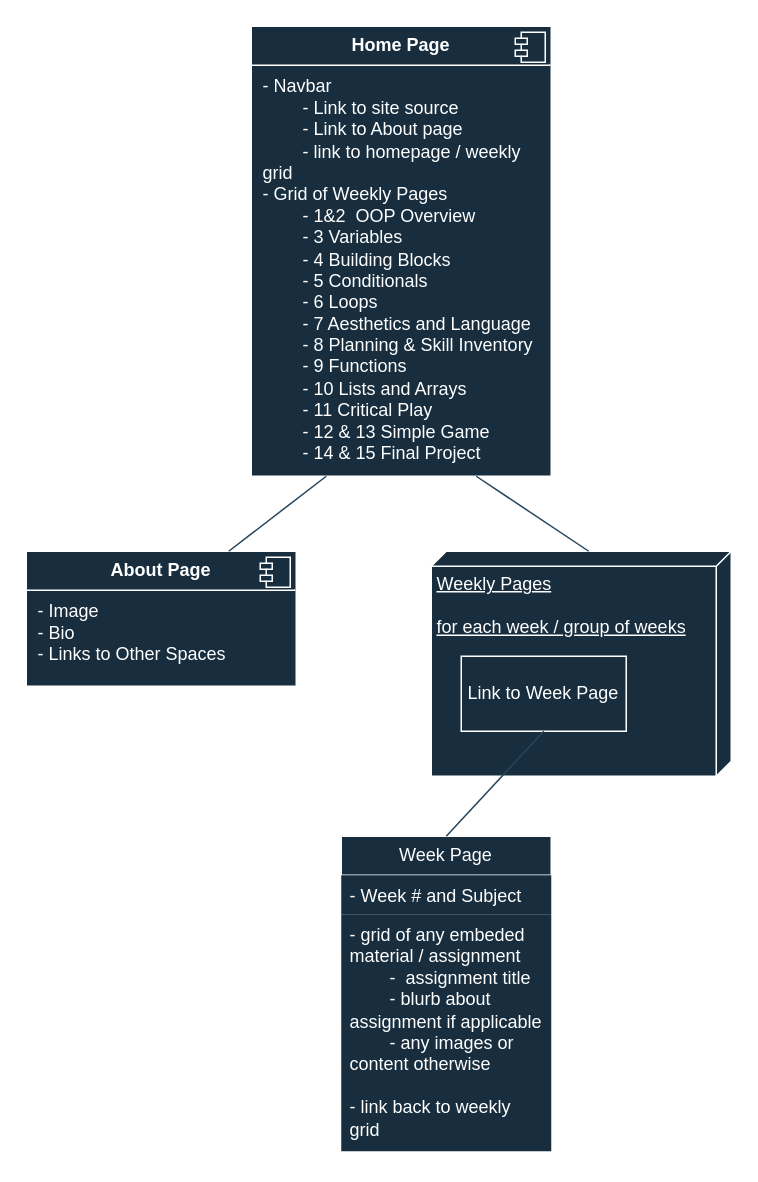
The draw.io diagram draw.io/Creative Coding Sitemap.drawio in jennymaeleidig/creative-coding-portfolio, before the edit. Source tidied: cells renumbered, new cells numbered last; positions are measured from the earlier drawing's top-left corner, leaving out a move shared by most shapes. Both pictures are drawn from the tidied source at 150%, with x=0, y=0 at pixel (26, 26).
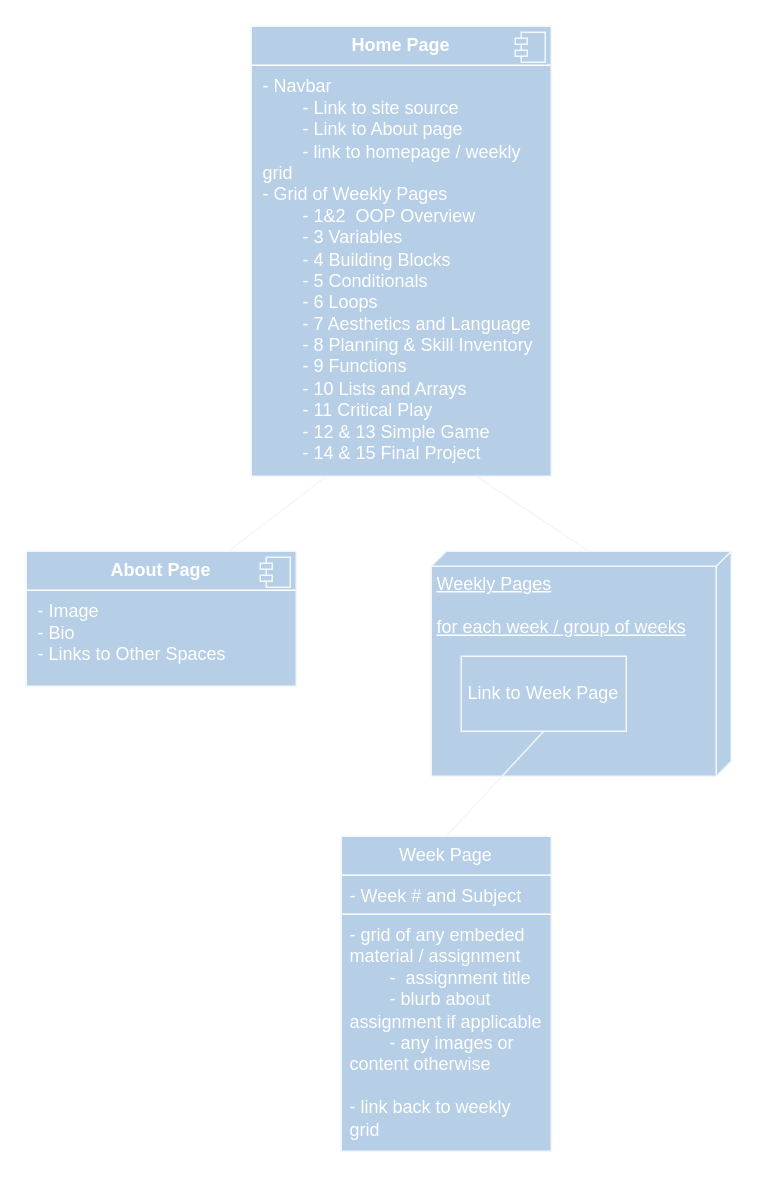
Above is the later version.

The edit, as a diff of the source:
```diff
@@
 <mxGraphModel>
   <root>
     <mxCell id="0" />
     <mxCell id="1" parent="0" />
-    <mxCell id="2" value="&lt;p style=&quot;margin:0px;margin-top:6px;text-align:center;&quot;&gt;&lt;b&gt;Home Page&lt;/b&gt;&lt;/p&gt;&lt;hr size=&quot;1&quot; style=&quot;border-style:solid;&quot;&gt;&lt;p style=&quot;margin:0px;margin-left:8px;&quot;&gt;- Navbar&lt;/p&gt;&lt;p style=&quot;margin:0px;margin-left:8px;&quot;&gt;&lt;span style=&quot;white-space: pre;&quot;&gt;&#9;&lt;/span&gt;- Link to site source&lt;/p&gt;&lt;p style=&quot;margin:0px;margin-left:8px;&quot;&gt;&amp;nbsp;&amp;nbsp;&lt;span style=&quot;white-space: pre;&quot;&gt;&#9;&lt;/span&gt;- Link to About page&lt;/p&gt;&lt;p style=&quot;margin:0px;margin-left:8px;&quot;&gt;&lt;span style=&quot;white-space: pre;&quot;&gt;&#9;&lt;/span&gt;- link to homepage / weekly grid&lt;/p&gt;&lt;p style=&quot;margin:0px;margin-left:8px;&quot;&gt;- Grid of Weekly Pages&lt;/p&gt;&lt;p style=&quot;margin:0px;margin-left:8px;&quot;&gt;&lt;span style=&quot;white-space: pre;&quot;&gt;&#9;&lt;/span&gt;- 1&amp;amp;2&amp;nbsp; OOP Overview&lt;/p&gt;&lt;p style=&quot;margin:0px;margin-left:8px;&quot;&gt;&lt;span style=&quot;white-space: pre;&quot;&gt;&#9;&lt;/span&gt;- 3 Variables&lt;/p&gt;&lt;p style=&quot;margin:0px;margin-left:8px;&quot;&gt;&lt;span style=&quot;white-space: pre;&quot;&gt;&#9;&lt;/span&gt;- 4 Building Blocks&lt;/p&gt;&lt;p style=&quot;margin:0px;margin-left:8px;&quot;&gt;&lt;span style=&quot;white-space: pre;&quot;&gt;&#9;&lt;/span&gt;- 5 Conditionals&lt;/p&gt;&lt;p style=&quot;margin:0px;margin-left:8px;&quot;&gt;&lt;span style=&quot;white-space: pre;&quot;&gt;&#9;&lt;/span&gt;- 6 Loops&lt;/p&gt;&lt;p style=&quot;margin:0px;margin-left:8px;&quot;&gt;&lt;span style=&quot;white-space: pre;&quot;&gt;&#9;&lt;/span&gt;- 7 Aesthetics and Language&lt;/p&gt;&lt;p style=&quot;margin:0px;margin-left:8px;&quot;&gt;&lt;span style=&quot;white-space: pre;&quot;&gt;&#9;&lt;/span&gt;- 8 Planning &amp;amp; Skill Inventory&lt;/p&gt;&lt;p style=&quot;margin:0px;margin-left:8px;&quot;&gt;&lt;span style=&quot;white-space: pre;&quot;&gt;&#9;&lt;/span&gt;- 9 Functions&lt;/p&gt;&lt;p style=&quot;margin:0px;margin-left:8px;&quot;&gt;&lt;span style=&quot;white-space: pre;&quot;&gt;&#9;&lt;/span&gt;- 10 Lists and Arrays&lt;/p&gt;&lt;p style=&quot;margin:0px;margin-left:8px;&quot;&gt;&lt;span style=&quot;white-space: pre;&quot;&gt;&#9;&lt;/span&gt;- 11 Critical Play&lt;/p&gt;&lt;p style=&quot;margin:0px;margin-left:8px;&quot;&gt;&lt;span style=&quot;white-space: pre;&quot;&gt;&#9;&lt;/span&gt;- 12 &amp;amp; 13 Simple Game&lt;/p&gt;&lt;p style=&quot;margin:0px;margin-left:8px;&quot;&gt;&lt;span style=&quot;white-space: pre;&quot;&gt;&#9;&lt;/span&gt;- 14 &amp;amp; 15 Final Project&lt;/p&gt;" style="align=left;overflow=fill;html=1;whiteSpace=wrap;labelBackgroundColor=none;fillColor=#182E3E;strokeColor=#FFFFFF;fontColor=#FFFFFF;" parent="1" vertex="1">
+    <mxCell id="2" value="&lt;p style=&quot;margin:0px;margin-top:6px;text-align:center;&quot;&gt;&lt;b&gt;Home Page&lt;/b&gt;&lt;/p&gt;&lt;hr size=&quot;1&quot; style=&quot;border-style:solid;&quot;&gt;&lt;p style=&quot;margin:0px;margin-left:8px;&quot;&gt;- Navbar&lt;/p&gt;&lt;p style=&quot;margin:0px;margin-left:8px;&quot;&gt;&lt;span style=&quot;white-space: pre;&quot;&gt;&#9;&lt;/span&gt;- Link to site source&lt;/p&gt;&lt;p style=&quot;margin:0px;margin-left:8px;&quot;&gt;&amp;nbsp;&amp;nbsp;&lt;span style=&quot;white-space: pre;&quot;&gt;&#9;&lt;/span&gt;- Link to About page&lt;/p&gt;&lt;p style=&quot;margin:0px;margin-left:8px;&quot;&gt;&lt;span style=&quot;white-space: pre;&quot;&gt;&#9;&lt;/span&gt;- link to homepage / weekly grid&lt;/p&gt;&lt;p style=&quot;margin:0px;margin-left:8px;&quot;&gt;- Grid of Weekly Pages&lt;/p&gt;&lt;p style=&quot;margin:0px;margin-left:8px;&quot;&gt;&lt;span style=&quot;white-space: pre;&quot;&gt;&#9;&lt;/span&gt;- 1&amp;amp;2&amp;nbsp; OOP Overview&lt;/p&gt;&lt;p style=&quot;margin:0px;margin-left:8px;&quot;&gt;&lt;span style=&quot;white-space: pre;&quot;&gt;&#9;&lt;/span&gt;- 3 Variables&lt;/p&gt;&lt;p style=&quot;margin:0px;margin-left:8px;&quot;&gt;&lt;span style=&quot;white-space: pre;&quot;&gt;&#9;&lt;/span&gt;- 4 Building Blocks&lt;/p&gt;&lt;p style=&quot;margin:0px;margin-left:8px;&quot;&gt;&lt;span style=&quot;white-space: pre;&quot;&gt;&#9;&lt;/span&gt;- 5 Conditionals&lt;/p&gt;&lt;p style=&quot;margin:0px;margin-left:8px;&quot;&gt;&lt;span style=&quot;white-space: pre;&quot;&gt;&#9;&lt;/span&gt;- 6 Loops&lt;/p&gt;&lt;p style=&quot;margin:0px;margin-left:8px;&quot;&gt;&lt;span style=&quot;white-space: pre;&quot;&gt;&#9;&lt;/span&gt;- 7 Aesthetics and Language&lt;/p&gt;&lt;p style=&quot;margin:0px;margin-left:8px;&quot;&gt;&lt;span style=&quot;white-space: pre;&quot;&gt;&#9;&lt;/span&gt;- 8 Planning &amp;amp; Skill Inventory&lt;/p&gt;&lt;p style=&quot;margin:0px;margin-left:8px;&quot;&gt;&lt;span style=&quot;white-space: pre;&quot;&gt;&#9;&lt;/span&gt;- 9 Functions&lt;/p&gt;&lt;p style=&quot;margin:0px;margin-left:8px;&quot;&gt;&lt;span style=&quot;white-space: pre;&quot;&gt;&#9;&lt;/span&gt;- 10 Lists and Arrays&lt;/p&gt;&lt;p style=&quot;margin:0px;margin-left:8px;&quot;&gt;&lt;span style=&quot;white-space: pre;&quot;&gt;&#9;&lt;/span&gt;- 11 Critical Play&lt;/p&gt;&lt;p style=&quot;margin:0px;margin-left:8px;&quot;&gt;&lt;span style=&quot;white-space: pre;&quot;&gt;&#9;&lt;/span&gt;- 12 &amp;amp; 13 Simple Game&lt;/p&gt;&lt;p style=&quot;margin:0px;margin-left:8px;&quot;&gt;&lt;span style=&quot;white-space: pre;&quot;&gt;&#9;&lt;/span&gt;- 14 &amp;amp; 15 Final Project&lt;/p&gt;" style="align=left;overflow=fill;html=1;whiteSpace=wrap;labelBackgroundColor=none;fillColor=light-dark(#B6CEE6,#B6CEE6);strokeColor=light-dark(#F2F7FB,#F2F7FB);fontColor=#FFFFFF;" parent="1" vertex="1">
       <mxGeometry x="150" width="200" height="300" as="geometry" />
     </mxCell>
-    <mxCell id="3" style="shape=component;jettyWidth=8;jettyHeight=4;labelBackgroundColor=none;fillColor=#182E3E;strokeColor=#FFFFFF;fontColor=#FFFFFF;" parent="2" vertex="1">
+    <mxCell id="3" style="shape=component;jettyWidth=8;jettyHeight=4;labelBackgroundColor=none;fillColor=light-dark(#B6CEE6,#B6CEE6);strokeColor=light-dark(#F2F7FB,#F2F7FB);fontColor=#FFFFFF;" parent="2" vertex="1">
       <mxGeometry x="1" width="20" height="20" relative="1" as="geometry">
         <mxPoint x="-24" y="4" as="offset" />
       </mxGeometry>
     </mxCell>
-    <mxCell id="4" value="&lt;p style=&quot;margin:0px;margin-top:6px;text-align:center;&quot;&gt;&lt;b&gt;About Page&lt;/b&gt;&lt;/p&gt;&lt;hr size=&quot;1&quot; style=&quot;border-style:solid;&quot;&gt;&lt;p style=&quot;margin:0px;margin-left:8px;&quot;&gt;- Image&lt;/p&gt;&lt;p style=&quot;margin:0px;margin-left:8px;&quot;&gt;- Bio&lt;/p&gt;&lt;p style=&quot;margin:0px;margin-left:8px;&quot;&gt;- Links to Other Spaces&lt;/p&gt;" style="align=left;overflow=fill;html=1;whiteSpace=wrap;labelBackgroundColor=none;fillColor=#182E3E;strokeColor=#FFFFFF;fontColor=#FFFFFF;" parent="1" vertex="1">
+    <mxCell id="4" value="&lt;p style=&quot;margin:0px;margin-top:6px;text-align:center;&quot;&gt;&lt;b&gt;About Page&lt;/b&gt;&lt;/p&gt;&lt;hr size=&quot;1&quot; style=&quot;border-style:solid;&quot;&gt;&lt;p style=&quot;margin:0px;margin-left:8px;&quot;&gt;- Image&lt;/p&gt;&lt;p style=&quot;margin:0px;margin-left:8px;&quot;&gt;- Bio&lt;/p&gt;&lt;p style=&quot;margin:0px;margin-left:8px;&quot;&gt;- Links to Other Spaces&lt;/p&gt;" style="align=left;overflow=fill;html=1;whiteSpace=wrap;labelBackgroundColor=none;fillColor=light-dark(#B6CEE6,#B6CEE6);strokeColor=light-dark(#F2F7FB,#F2F7FB);fontColor=#FFFFFF;" parent="1" vertex="1">
       <mxGeometry y="350" width="180" height="90" as="geometry" />
     </mxCell>
-    <mxCell id="5" style="shape=component;jettyWidth=8;jettyHeight=4;labelBackgroundColor=none;fillColor=#182E3E;strokeColor=#FFFFFF;fontColor=#FFFFFF;" parent="4" vertex="1">
+    <mxCell id="5" style="shape=component;jettyWidth=8;jettyHeight=4;labelBackgroundColor=none;fillColor=light-dark(#B6CEE6,#B6CEE6);strokeColor=light-dark(#F2F7FB,#F2F7FB);fontColor=#121212;" parent="4" vertex="1">
       <mxGeometry x="1" width="20" height="20" relative="1" as="geometry">
         <mxPoint x="-24" y="4" as="offset" />
       </mxGeometry>
     </mxCell>
-    <mxCell id="6" value="&lt;div&gt;Weekly Pages&lt;/div&gt;&lt;div&gt;&lt;br&gt;&lt;/div&gt;for each week / group of weeks" style="verticalAlign=top;align=left;spacingTop=8;spacingLeft=2;spacingRight=12;shape=cube;size=10;direction=south;fontStyle=4;html=1;whiteSpace=wrap;labelBackgroundColor=none;fillColor=#182E3E;strokeColor=#FFFFFF;fontColor=#FFFFFF;" parent="1" vertex="1">
+    <mxCell id="6" value="&lt;div&gt;Weekly Pages&lt;/div&gt;&lt;div&gt;&lt;br&gt;&lt;/div&gt;for each week / group of weeks" style="verticalAlign=top;align=left;spacingTop=8;spacingLeft=2;spacingRight=12;shape=cube;size=10;direction=south;fontStyle=4;html=1;whiteSpace=wrap;labelBackgroundColor=none;fillColor=light-dark(#B6CEE6,#B6CEE6);strokeColor=light-dark(#F2F7FB,#F2F7FB);fontColor=#FFFFFF;" parent="1" vertex="1">
       <mxGeometry x="270" y="350" width="200" height="150" as="geometry" />
     </mxCell>
-    <mxCell id="7" value="Week Page" style="swimlane;fontStyle=0;horizontal=1;startSize=26;fillColor=#182E3E;whiteSpace=wrap;html=1;labelBackgroundColor=none;strokeColor=#FFFFFF;fontColor=#FFFFFF;" parent="1" vertex="1">
+    <mxCell id="7" value="Week Page" style="swimlane;fontStyle=0;horizontal=1;startSize=26;fillColor=light-dark(#B6CEE6,#B6CEE6);whiteSpace=wrap;html=1;labelBackgroundColor=none;strokeColor=light-dark(#F2F7FB,#F2F7FB);fontColor=#FFFFFF;" parent="1" vertex="1">
       <mxGeometry x="210" y="540" width="140" height="210" as="geometry" />
     </mxCell>
-    <mxCell id="8" value="- Week # and Subject" style="text;strokeColor=none;fillColor=#182E3E;align=left;verticalAlign=top;spacingLeft=4;spacingRight=4;overflow=hidden;whiteSpace=wrap;html=1;labelBackgroundColor=none;fontColor=#FFFFFF;" parent="7" vertex="1">
+    <mxCell id="8" value="- Week # and Subject" style="text;strokeColor=light-dark(#F2F7FB,#F2F7FB);fillColor=light-dark(#B6CEE6,#B6CEE6);align=left;verticalAlign=top;spacingLeft=4;spacingRight=4;overflow=hidden;whiteSpace=wrap;html=1;labelBackgroundColor=none;fontColor=#FFFFFF;" parent="7" vertex="1">
       <mxGeometry y="26" width="140" height="26" as="geometry" />
     </mxCell>
-    <mxCell id="9" value="&lt;div&gt;- grid of any embeded material / assignment&lt;/div&gt;&lt;div&gt;&lt;span style=&quot;white-space: pre;&quot;&gt;&#9;&lt;/span&gt;-&amp;nbsp; assignment title&lt;/div&gt;&lt;div&gt;&lt;span style=&quot;white-space: pre;&quot;&gt;&#9;&lt;/span&gt;- blurb about assignment if applicable&lt;/div&gt;&lt;div&gt;&lt;span style=&quot;white-space: pre;&quot;&gt;&#9;&lt;/span&gt;- any images or content otherwise&lt;/div&gt;&lt;div&gt;&lt;br&gt;&lt;/div&gt;&lt;div&gt;- link back to weekly grid&lt;/div&gt;" style="text;strokeColor=none;fillColor=#182E3E;align=left;verticalAlign=top;spacingLeft=4;spacingRight=4;overflow=hidden;whiteSpace=wrap;html=1;labelBackgroundColor=none;fontColor=#FFFFFF;" parent="7" vertex="1">
+    <mxCell id="9" value="&lt;div&gt;- grid of any embeded material / assignment&lt;/div&gt;&lt;div&gt;&lt;span style=&quot;white-space: pre;&quot;&gt;&#9;&lt;/span&gt;-&amp;nbsp; assignment title&lt;/div&gt;&lt;div&gt;&lt;span style=&quot;white-space: pre;&quot;&gt;&#9;&lt;/span&gt;- blurb about assignment if applicable&lt;/div&gt;&lt;div&gt;&lt;span style=&quot;white-space: pre;&quot;&gt;&#9;&lt;/span&gt;- any images or content otherwise&lt;/div&gt;&lt;div&gt;&lt;br&gt;&lt;/div&gt;&lt;div&gt;- link back to weekly grid&lt;/div&gt;" style="text;strokeColor=light-dark(#F2F7FB,#F2F7FB);fillColor=light-dark(#B6CEE6,#B6CEE6);align=left;verticalAlign=top;spacingLeft=4;spacingRight=4;overflow=hidden;whiteSpace=wrap;html=1;labelBackgroundColor=none;fontColor=#FFFFFF;" parent="7" vertex="1">
       <mxGeometry y="52" width="140" height="158" as="geometry" />
     </mxCell>
-    <mxCell id="10" value="Link to Week Page" style="html=1;whiteSpace=wrap;labelBackgroundColor=none;fillColor=#182E3E;strokeColor=#FFFFFF;fontColor=#FFFFFF;" parent="1" vertex="1">
+    <mxCell id="10" value="Link to Week Page" style="html=1;whiteSpace=wrap;labelBackgroundColor=none;fillColor=light-dark(#B6CEE6,#B6CEE6);strokeColor=light-dark(#F2F7FB,#F2F7FB);fontColor=#FFFFFF;" parent="1" vertex="1">
       <mxGeometry x="290" y="420" width="110" height="50" as="geometry" />
     </mxCell>
-    <mxCell id="11" style="endArrow=none;html=1;rounded=0;exitX=0.75;exitY=0;exitDx=0;exitDy=0;entryX=0.25;entryY=1;entryDx=0;entryDy=0;labelBackgroundColor=none;strokeColor=#23445D;fontColor=default;" parent="1" edge="1" source="4" target="2">
+    <mxCell id="11" style="endArrow=none;html=1;rounded=0;exitX=0.75;exitY=0;exitDx=0;exitDy=0;entryX=0.25;entryY=1;entryDx=0;entryDy=0;labelBackgroundColor=none;strokeColor=light-dark(#F2F7FB,#F2F7FB);fontColor=default;" parent="1" edge="1" source="4" target="2">
       <mxGeometry relative="1" as="geometry" />
     </mxCell>
-    <mxCell id="12" style="endArrow=none;html=1;rounded=0;exitX=0.75;exitY=1;exitDx=0;exitDy=0;entryX=0;entryY=0;entryDx=0;entryDy=95;entryPerimeter=0;labelBackgroundColor=none;strokeColor=#23445D;fontColor=default;" parent="1" edge="1" source="2" target="6">
+    <mxCell id="12" style="endArrow=none;html=1;rounded=0;exitX=0.75;exitY=1;exitDx=0;exitDy=0;entryX=0;entryY=0;entryDx=0;entryDy=95;entryPerimeter=0;labelBackgroundColor=none;strokeColor=light-dark(#F2F7FB,#F2F7FB);fontColor=default;" parent="1" edge="1" source="2" target="6">
       <mxGeometry relative="1" as="geometry" />
     </mxCell>
-    <mxCell id="13" style="endArrow=none;html=1;rounded=0;exitX=0.5;exitY=0;exitDx=0;exitDy=0;entryX=0.5;entryY=1;entryDx=0;entryDy=0;labelBackgroundColor=none;strokeColor=#23445D;fontColor=default;" parent="1" edge="1" source="7" target="10">
+    <mxCell id="13" style="endArrow=none;html=1;rounded=0;exitX=0.5;exitY=0;exitDx=0;exitDy=0;entryX=0.5;entryY=1;entryDx=0;entryDy=0;labelBackgroundColor=none;strokeColor=light-dark(#F2F7FB,#F2F7FB);fontColor=default;" parent="1" edge="1" source="7" target="10">
       <mxGeometry relative="1" as="geometry" />
     </mxCell>
   </root>
 </mxGraphModel>
```
